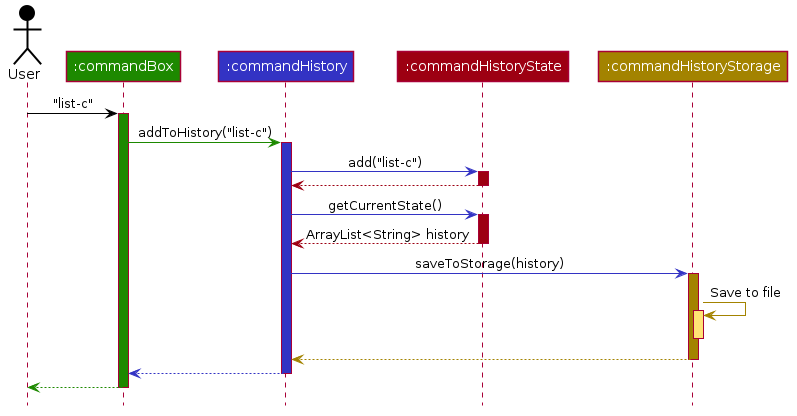
This is images/CommandHistorySequenceDiagram.png from AY1920S2-CS2103T-F11-2/main, a PlantUML export, as it was before one commit.
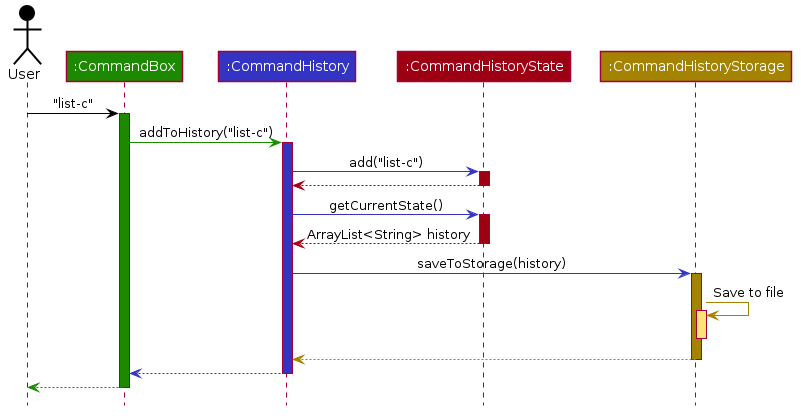
After the commit.

The edit, as a diff of the source:
```diff
@@ -49,10 +49,10 @@
 hide circle
 
 Actor User as user #000000
-Participant ":commandBox" as ui #1D8900
-Participant ":commandHistory" as logic #3333C4
-Participant ":commandHistoryState" as model #9D0012
-Participant ":commandHistoryStorage" as storage #A38300
+Participant ":CommandBox" as ui #1D8900
+Participant ":CommandHistory" as logic #3333C4
+Participant ":CommandHistoryState" as model #9D0012
+Participant ":CommandHistoryStorage" as storage #A38300
 
 user -[#000000]> ui : "list-c"
 activate ui #1D8900
```
